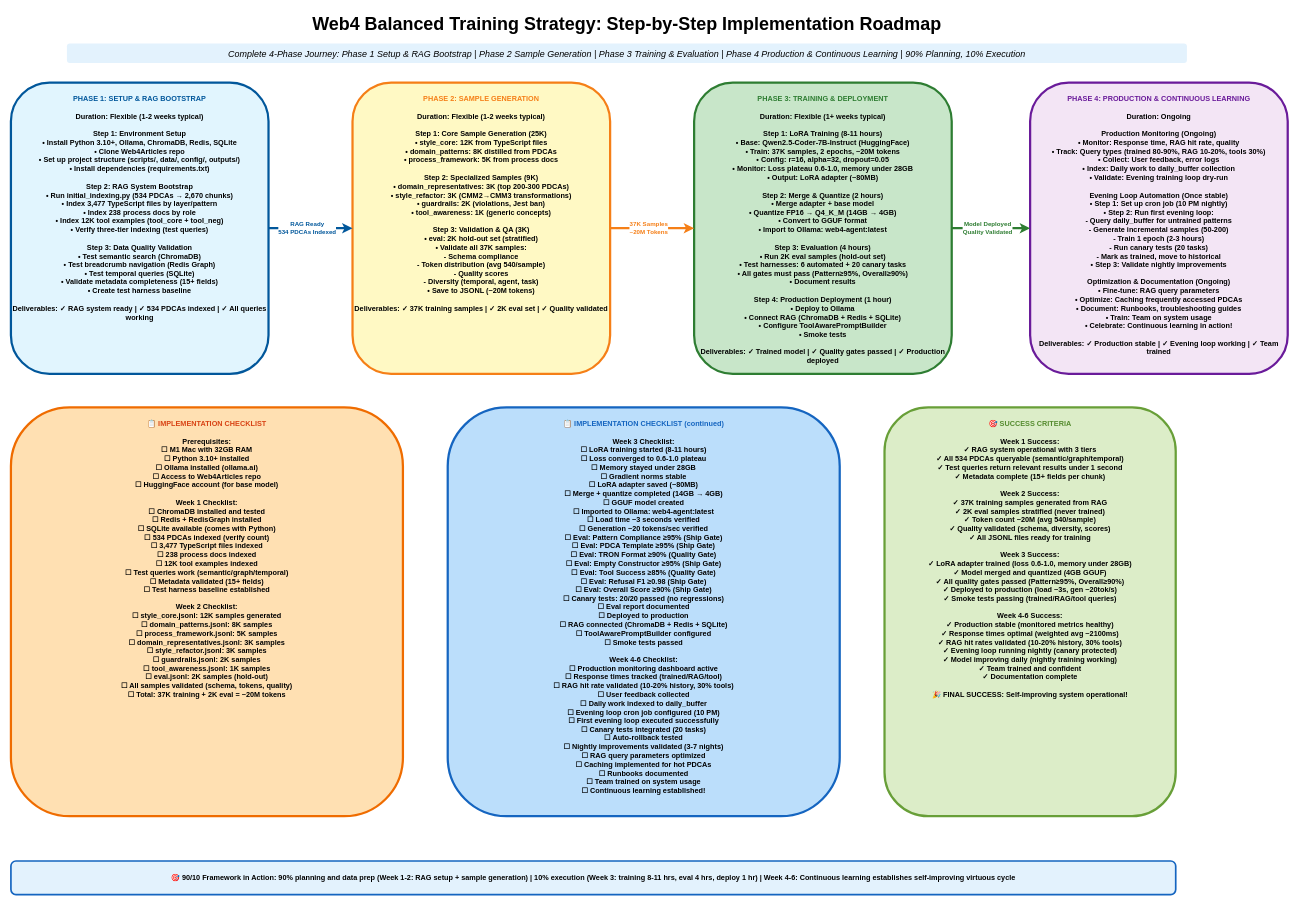
Before: page "Implementation Roadmap" (5 of 5) of Training/Web4_Balanced_Training_Architecture.drawio in hannesnortje/LLM_Training, a draw.io diagram. Source tidied: cells renumbered, new cells numbered last; positions are measured from the earlier drawing's top-left corner, leaving out a move shared by most shapes. Both pictures are drawn from the tidied source at 56%, with x=0, y=0 at pixel (11, 10).
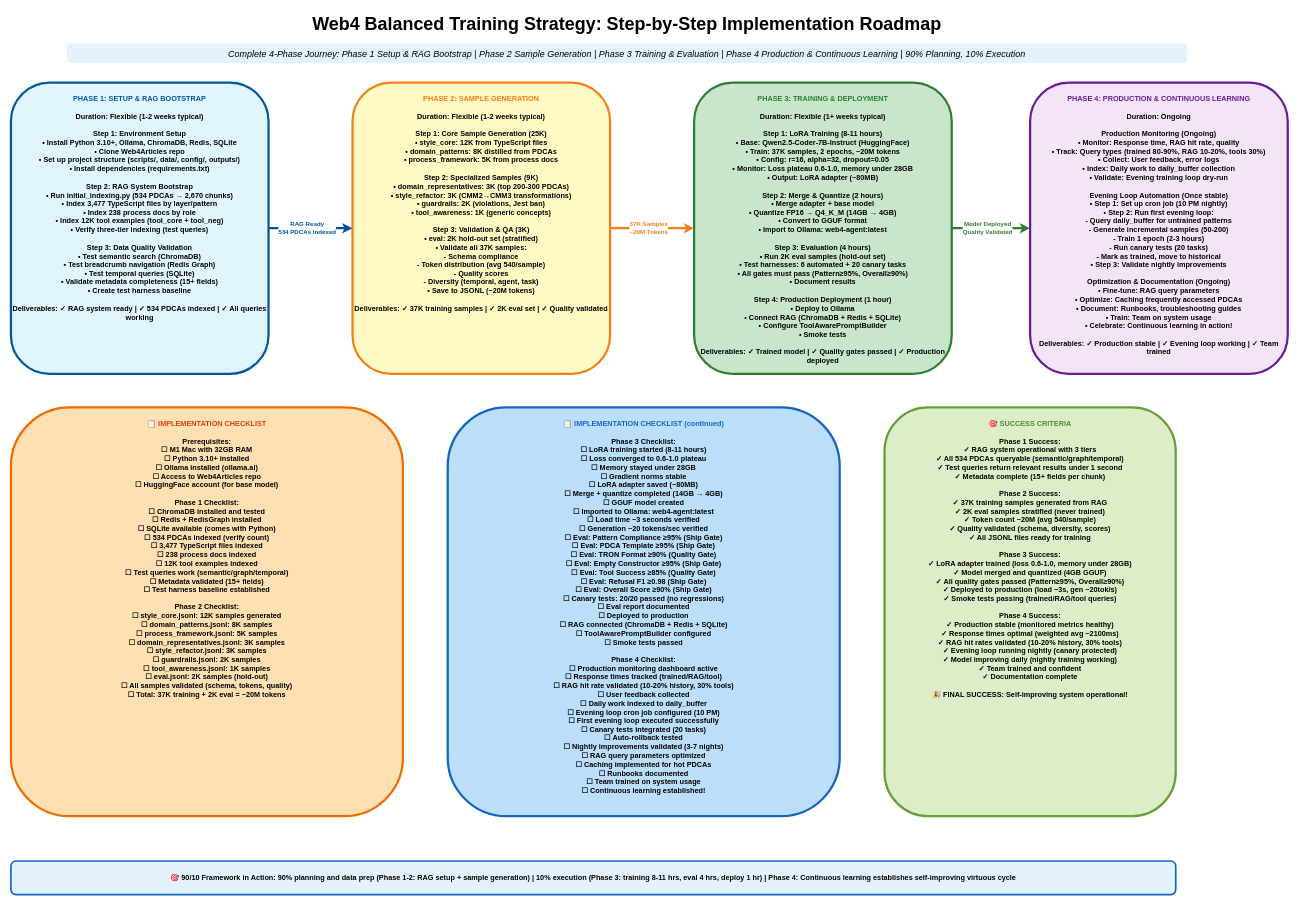
The same page after the edit.

Commit message (it also covers changes not shown here):
Final cleanup: Remove ALL remaining Week references from tooltips

Diff of the diagram source:
```diff
@@
 <mxGraphModel>
   <root>
     <mxCell id="0" />
     <mxCell id="1" parent="0" />
     <mxCell id="2" value="Web4 Balanced Training Strategy: Step-by-Step Implementation Roadmap" style="text;html=1;strokeColor=none;fillColor=none;align=center;verticalAlign=middle;whiteSpace=wrap;rounded=0;fontSize=32;fontStyle=1;" parent="1" vertex="1">
       <mxGeometry x="100" width="2000" height="50" as="geometry" />
     </mxCell>
     <mxCell id="3" value="Complete 4-Phase Journey: Phase 1 Setup &amp; RAG Bootstrap | Phase 2 Sample Generation | Phase 3 Training &amp; Evaluation | Phase 4 Production &amp; Continuous Learning | 90% Planning, 10% Execution" style="text;html=1;strokeColor=none;fillColor=#E3F2FD;align=center;verticalAlign=middle;whiteSpace=wrap;rounded=1;fontSize=16;fontStyle=2;" parent="1" vertex="1">
       <mxGeometry x="100" y="60" width="2000" height="35" as="geometry" />
     </mxCell>
     <mxCell id="4" value="&lt;font color=&quot;#01579B&quot;&gt;PHASE 1: SETUP &amp; RAG BOOTSTRAP&lt;/font&gt;&#10;&#10;Duration: Flexible (1-2 weeks typical)&#10;&#10;Step 1: Environment Setup&#10;• Install Python 3.10+, Ollama, ChromaDB, Redis, SQLite&#10;• Clone Web4Articles repo&#10;• Set up project structure (scripts/, data/, config/, outputs/)&#10;• Install dependencies (requirements.txt)&#10;&#10;Step 2: RAG System Bootstrap&#10;• Run initial_indexing.py (534 PDCAs → 2,670 chunks)&#10;• Index 3,477 TypeScript files by layer/pattern&#10;• Index 238 process docs by role&#10;• Index 12K tool examples (tool_core + tool_neg)&#10;• Verify three-tier indexing (test queries)&#10;&#10;Step 3: Data Quality Validation&#10;• Test semantic search (ChromaDB)&#10;• Test breadcrumb navigation (Redis Graph)&#10;• Test temporal queries (SQLite)&#10;• Validate metadata completeness (15+ fields)&#10;• Create test harness baseline&#10;&#10;Deliverables: ✓ RAG system ready | ✓ 534 PDCAs indexed | ✓ All queries working" style="rounded=1;whiteSpace=wrap;html=1;fillColor=#E1F5FE;strokeColor=#01579B;strokeWidth=4;fontSize=13;fontStyle=1;verticalAlign=top;spacingTop=15;" parent="1" vertex="1">
       <mxGeometry y="130" width="460" height="520" as="geometry" />
     </mxCell>
     <mxCell id="5" value="&lt;font color=&quot;#F57F17&quot;&gt;PHASE 2: SAMPLE GENERATION&lt;/font&gt;&#10;&#10;Duration: Flexible (1-2 weeks typical)&#10;&#10;Step 1: Core Sample Generation (25K)&#10;• style_core: 12K from TypeScript files&#10;• domain_patterns: 8K distilled from PDCAs&#10;• process_framework: 5K from process docs&#10;&#10;Step 2: Specialized Samples (9K)&#10;• domain_representatives: 3K (top 200-300 PDCAs)&#10;• style_refactor: 3K (CMM2→CMM3 transformations)&#10;• guardrails: 2K (violations, Jest ban)&#10;• tool_awareness: 1K (generic concepts)&#10;&#10;Step 3: Validation &amp; QA (3K)&#10;• eval: 2K hold-out set (stratified)&#10;• Validate all 37K samples:&#10;  - Schema compliance&#10;  - Token distribution (avg 540/sample)&#10;  - Quality scores&#10;  - Diversity (temporal, agent, task)&#10;• Save to JSONL (~20M tokens)&#10;&#10;Deliverables: ✓ 37K training samples | ✓ 2K eval set | ✓ Quality validated" style="rounded=1;whiteSpace=wrap;html=1;fillColor=#FFF9C4;strokeColor=#F57F17;strokeWidth=4;fontSize=13;fontStyle=1;verticalAlign=top;spacingTop=15;" parent="1" vertex="1">
       <mxGeometry x="610" y="130" width="460" height="520" as="geometry" />
     </mxCell>
     <mxCell id="6" value="&lt;font color=&quot;#2E7D32&quot;&gt;PHASE 3: TRAINING &amp; DEPLOYMENT&lt;/font&gt;&#10;&#10;Duration: Flexible (1+ weeks typical)&#10;&#10;Step 1: LoRA Training (8-11 hours)&#10;• Base: Qwen2.5-Coder-7B-Instruct (HuggingFace)&#10;• Train: 37K samples, 2 epochs, ~20M tokens&#10;• Config: r=16, alpha=32, dropout=0.05&#10;• Monitor: Loss plateau 0.6-1.0, memory under 28GB&#10;• Output: LoRA adapter (~80MB)&#10;&#10;Step 2: Merge &amp; Quantize (2 hours)&#10;• Merge adapter + base model&#10;• Quantize FP16 → Q4_K_M (14GB → 4GB)&#10;• Convert to GGUF format&#10;• Import to Ollama: web4-agent:latest&#10;&#10;Step 3: Evaluation (4 hours)&#10;• Run 2K eval samples (hold-out set)&#10;• Test harnesses: 6 automated + 20 canary tasks&#10;• All gates must pass (Pattern≥95%, Overall≥90%)&#10;• Document results&#10;&#10;Step 4: Production Deployment (1 hour)&#10;• Deploy to Ollama&#10;• Connect RAG (ChromaDB + Redis + SQLite)&#10;• Configure ToolAwarePromptBuilder&#10;• Smoke tests&#10;&#10;Deliverables: ✓ Trained model | ✓ Quality gates passed | ✓ Production deployed" style="rounded=1;whiteSpace=wrap;html=1;fillColor=#C8E6C9;strokeColor=#2E7D32;strokeWidth=4;fontSize=13;fontStyle=1;verticalAlign=top;spacingTop=15;" parent="1" vertex="1">
       <mxGeometry x="1220" y="130" width="460" height="520" as="geometry" />
     </mxCell>
     <mxCell id="7" value="&lt;font color=&quot;#6A1B9A&quot;&gt;PHASE 4: PRODUCTION &amp; CONTINUOUS LEARNING&lt;/font&gt;&#10;&#10;Duration: Ongoing&#10;&#10;Production Monitoring (Ongoing)&#10;• Monitor: Response time, RAG hit rate, quality&#10;• Track: Query types (trained 80-90%, RAG 10-20%, tools 30%)&#10;• Collect: User feedback, error logs&#10;• Index: Daily work to daily_buffer collection&#10;• Validate: Evening training loop dry-run&#10;&#10;Evening Loop Automation (Once stable)&#10;• Step 1: Set up cron job (10 PM nightly)&#10;• Step 2: Run first evening loop:&#10;  - Query daily_buffer for untrained patterns&#10;  - Generate incremental samples (50-200)&#10;  - Train 1 epoch (2-3 hours)&#10;  - Run canary tests (20 tasks)&#10;  - Mark as trained, move to historical&#10;• Step 3: Validate nightly improvements&#10;&#10;Optimization &amp; Documentation (Ongoing)&#10;• Fine-tune: RAG query parameters&#10;• Optimize: Caching frequently accessed PDCAs&#10;• Document: Runbooks, troubleshooting guides&#10;• Train: Team on system usage&#10;• Celebrate: Continuous learning in action!&#10;&#10;Deliverables: ✓ Production stable | ✓ Evening loop working | ✓ Team trained" style="rounded=1;whiteSpace=wrap;html=1;fillColor=#F3E5F5;strokeColor=#6A1B9A;strokeWidth=4;fontSize=13;fontStyle=1;verticalAlign=top;spacingTop=15;" parent="1" vertex="1">
       <mxGeometry x="1820" y="130" width="460" height="520" as="geometry" />
     </mxCell>
     <mxCell id="8" style="endArrow=classic;html=1;rounded=0;strokeWidth=4;strokeColor=#01579B;exitX=1;exitY=0.5;exitDx=0;exitDy=0;entryX=0;entryY=0.5;entryDx=0;entryDy=0;" parent="1" edge="1" source="4" target="5">
       <mxGeometry relative="1" as="geometry" />
     </mxCell>
     <mxCell id="9" value="RAG Ready&#10;534 PDCAs Indexed" style="edgeLabel;html=1;align=center;verticalAlign=middle;fontSize=11;fontStyle=1;fontColor=#01579B;fillColor=#E1F5FE;strokeColor=#0288D1;rounded=1;" parent="8" vertex="1">
       <mxGeometry x="-0.1" y="1" relative="1" as="geometry" />
     </mxCell>
     <mxCell id="10" style="endArrow=classic;html=1;rounded=0;strokeWidth=4;strokeColor=#F57F17;exitX=1;exitY=0.5;exitDx=0;exitDy=0;entryX=0;entryY=0.5;entryDx=0;entryDy=0;" parent="1" edge="1" source="5" target="6">
       <mxGeometry relative="1" as="geometry" />
     </mxCell>
     <mxCell id="11" value="37K Samples&#10;~20M Tokens" style="edgeLabel;html=1;align=center;verticalAlign=middle;fontSize=11;fontStyle=1;fontColor=#F57F17;fillColor=#FFF9C4;strokeColor=#F9A825;rounded=1;" parent="10" vertex="1">
       <mxGeometry x="-0.1" y="1" relative="1" as="geometry" />
     </mxCell>
     <mxCell id="12" style="endArrow=classic;html=1;rounded=0;strokeWidth=4;strokeColor=#2E7D32;exitX=1;exitY=0.5;exitDx=0;exitDy=0;entryX=0;entryY=0.5;entryDx=0;entryDy=0;" parent="1" edge="1" source="6" target="7">
       <mxGeometry relative="1" as="geometry" />
     </mxCell>
     <mxCell id="13" value="Model Deployed&#10;Quality Validated" style="edgeLabel;html=1;align=center;verticalAlign=middle;fontSize=11;fontStyle=1;fontColor=#2E7D32;fillColor=#C8E6C9;strokeColor=#43A047;rounded=1;" parent="12" vertex="1">
       <mxGeometry x="-0.1" y="1" relative="1" as="geometry" />
     </mxCell>
-    <mxCell id="14" value="&lt;font color=&quot;#D84315&quot;&gt;📋 IMPLEMENTATION CHECKLIST&lt;/font&gt;&#10;&#10;Prerequisites:&#10;☐ M1 Mac with 32GB RAM&#10;☐ Python 3.10+ installed&#10;☐ Ollama installed (ollama.ai)&#10;☐ Access to Web4Articles repo&#10;☐ HuggingFace account (for base model)&#10;&#10;Week 1 Checklist:&#10;☐ ChromaDB installed and tested&#10;☐ Redis + RedisGraph installed&#10;☐ SQLite available (comes with Python)&#10;☐ 534 PDCAs indexed (verify count)&#10;☐ 3,477 TypeScript files indexed&#10;☐ 238 process docs indexed&#10;☐ 12K tool examples indexed&#10;☐ Test queries work (semantic/graph/temporal)&#10;☐ Metadata validated (15+ fields)&#10;☐ Test harness baseline established&#10;&#10;Week 2 Checklist:&#10;☐ style_core.jsonl: 12K samples generated&#10;☐ domain_patterns.jsonl: 8K samples&#10;☐ process_framework.jsonl: 5K samples&#10;☐ domain_representatives.jsonl: 3K samples&#10;☐ style_refactor.jsonl: 3K samples&#10;☐ guardrails.jsonl: 2K samples&#10;☐ tool_awareness.jsonl: 1K samples&#10;☐ eval.jsonl: 2K samples (hold-out)&#10;☐ All samples validated (schema, tokens, quality)&#10;☐ Total: 37K training + 2K eval = ~20M tokens" style="rounded=1;whiteSpace=wrap;html=1;fillColor=#FFE0B2;strokeColor=#EF6C00;strokeWidth=4;fontSize=13;fontStyle=1;verticalAlign=top;spacingTop=15;" parent="1" vertex="1">
+    <mxCell id="14" value="&lt;font color=&quot;#D84315&quot;&gt;📋 IMPLEMENTATION CHECKLIST&lt;/font&gt;&#10;&#10;Prerequisites:&#10;☐ M1 Mac with 32GB RAM&#10;☐ Python 3.10+ installed&#10;☐ Ollama installed (ollama.ai)&#10;☐ Access to Web4Articles repo&#10;☐ HuggingFace account (for base model)&#10;&#10;Phase 1 Checklist:&#10;☐ ChromaDB installed and tested&#10;☐ Redis + RedisGraph installed&#10;☐ SQLite available (comes with Python)&#10;☐ 534 PDCAs indexed (verify count)&#10;☐ 3,477 TypeScript files indexed&#10;☐ 238 process docs indexed&#10;☐ 12K tool examples indexed&#10;☐ Test queries work (semantic/graph/temporal)&#10;☐ Metadata validated (15+ fields)&#10;☐ Test harness baseline established&#10;&#10;Phase 2 Checklist:&#10;☐ style_core.jsonl: 12K samples generated&#10;☐ domain_patterns.jsonl: 8K samples&#10;☐ process_framework.jsonl: 5K samples&#10;☐ domain_representatives.jsonl: 3K samples&#10;☐ style_refactor.jsonl: 3K samples&#10;☐ guardrails.jsonl: 2K samples&#10;☐ tool_awareness.jsonl: 1K samples&#10;☐ eval.jsonl: 2K samples (hold-out)&#10;☐ All samples validated (schema, tokens, quality)&#10;☐ Total: 37K training + 2K eval = ~20M tokens" style="rounded=1;whiteSpace=wrap;html=1;fillColor=#FFE0B2;strokeColor=#EF6C00;strokeWidth=4;fontSize=13;fontStyle=1;verticalAlign=top;spacingTop=15;" parent="1" vertex="1">
       <mxGeometry y="710" width="700" height="730" as="geometry" />
     </mxCell>
-    <mxCell id="15" value="&lt;font color=&quot;#1565C0&quot;&gt;📋 IMPLEMENTATION CHECKLIST (continued)&lt;/font&gt;&#10;&#10;Week 3 Checklist:&#10;☐ LoRA training started (8-11 hours)&#10;☐ Loss converged to 0.6-1.0 plateau&#10;☐ Memory stayed under 28GB&#10;☐ Gradient norms stable&#10;☐ LoRA adapter saved (~80MB)&#10;☐ Merge + quantize completed (14GB → 4GB)&#10;☐ GGUF model created&#10;☐ Imported to Ollama: web4-agent:latest&#10;☐ Load time ~3 seconds verified&#10;☐ Generation ~20 tokens/sec verified&#10;☐ Eval: Pattern Compliance ≥95% (Ship Gate)&#10;☐ Eval: PDCA Template ≥95% (Ship Gate)&#10;☐ Eval: TRON Format ≥90% (Quality Gate)&#10;☐ Eval: Empty Constructor ≥95% (Ship Gate)&#10;☐ Eval: Tool Success ≥85% (Quality Gate)&#10;☐ Eval: Refusal F1 ≥0.98 (Ship Gate)&#10;☐ Eval: Overall Score ≥90% (Ship Gate)&#10;☐ Canary tests: 20/20 passed (no regressions)&#10;☐ Eval report documented&#10;☐ Deployed to production&#10;☐ RAG connected (ChromaDB + Redis + SQLite)&#10;☐ ToolAwarePromptBuilder configured&#10;☐ Smoke tests passed&#10;&#10;Week 4-6 Checklist:&#10;☐ Production monitoring dashboard active&#10;☐ Response times tracked (trained/RAG/tool)&#10;☐ RAG hit rate validated (10-20% history, 30% tools)&#10;☐ User feedback collected&#10;☐ Daily work indexed to daily_buffer&#10;☐ Evening loop cron job configured (10 PM)&#10;☐ First evening loop executed successfully&#10;☐ Canary tests integrated (20 tasks)&#10;☐ Auto-rollback tested&#10;☐ Nightly improvements validated (3-7 nights)&#10;☐ RAG query parameters optimized&#10;☐ Caching implemented for hot PDCAs&#10;☐ Runbooks documented&#10;☐ Team trained on system usage&#10;☐ Continuous learning established!" style="rounded=1;whiteSpace=wrap;html=1;fillColor=#BBDEFB;strokeColor=#1565C0;strokeWidth=4;fontSize=13;fontStyle=1;verticalAlign=top;spacingTop=15;" parent="1" vertex="1">
+    <mxCell id="15" value="&lt;font color=&quot;#1565C0&quot;&gt;📋 IMPLEMENTATION CHECKLIST (continued)&lt;/font&gt;&#10;&#10;Phase 3 Checklist:&#10;☐ LoRA training started (8-11 hours)&#10;☐ Loss converged to 0.6-1.0 plateau&#10;☐ Memory stayed under 28GB&#10;☐ Gradient norms stable&#10;☐ LoRA adapter saved (~80MB)&#10;☐ Merge + quantize completed (14GB → 4GB)&#10;☐ GGUF model created&#10;☐ Imported to Ollama: web4-agent:latest&#10;☐ Load time ~3 seconds verified&#10;☐ Generation ~20 tokens/sec verified&#10;☐ Eval: Pattern Compliance ≥95% (Ship Gate)&#10;☐ Eval: PDCA Template ≥95% (Ship Gate)&#10;☐ Eval: TRON Format ≥90% (Quality Gate)&#10;☐ Eval: Empty Constructor ≥95% (Ship Gate)&#10;☐ Eval: Tool Success ≥85% (Quality Gate)&#10;☐ Eval: Refusal F1 ≥0.98 (Ship Gate)&#10;☐ Eval: Overall Score ≥90% (Ship Gate)&#10;☐ Canary tests: 20/20 passed (no regressions)&#10;☐ Eval report documented&#10;☐ Deployed to production&#10;☐ RAG connected (ChromaDB + Redis + SQLite)&#10;☐ ToolAwarePromptBuilder configured&#10;☐ Smoke tests passed&#10;&#10;Phase 4 Checklist:&#10;☐ Production monitoring dashboard active&#10;☐ Response times tracked (trained/RAG/tool)&#10;☐ RAG hit rate validated (10-20% history, 30% tools)&#10;☐ User feedback collected&#10;☐ Daily work indexed to daily_buffer&#10;☐ Evening loop cron job configured (10 PM)&#10;☐ First evening loop executed successfully&#10;☐ Canary tests integrated (20 tasks)&#10;☐ Auto-rollback tested&#10;☐ Nightly improvements validated (3-7 nights)&#10;☐ RAG query parameters optimized&#10;☐ Caching implemented for hot PDCAs&#10;☐ Runbooks documented&#10;☐ Team trained on system usage&#10;☐ Continuous learning established!" style="rounded=1;whiteSpace=wrap;html=1;fillColor=#BBDEFB;strokeColor=#1565C0;strokeWidth=4;fontSize=13;fontStyle=1;verticalAlign=top;spacingTop=15;" parent="1" vertex="1">
       <mxGeometry x="780" y="710" width="700" height="730" as="geometry" />
     </mxCell>
-    <mxCell id="16" value="&lt;font color=&quot;#558B2F&quot;&gt;🎯 SUCCESS CRITERIA&lt;/font&gt;&#10;&#10;Week 1 Success:&#10;✓ RAG system operational with 3 tiers&#10;✓ All 534 PDCAs queryable (semantic/graph/temporal)&#10;✓ Test queries return relevant results under 1 second&#10;✓ Metadata complete (15+ fields per chunk)&#10;&#10;Week 2 Success:&#10;✓ 37K training samples generated from RAG&#10;✓ 2K eval samples stratified (never trained)&#10;✓ Token count ~20M (avg 540/sample)&#10;✓ Quality validated (schema, diversity, scores)&#10;✓ All JSONL files ready for training&#10;&#10;Week 3 Success:&#10;✓ LoRA adapter trained (loss 0.6-1.0, memory under 28GB)&#10;✓ Model merged and quantized (4GB GGUF)&#10;✓ All quality gates passed (Pattern≥95%, Overall≥90%)&#10;✓ Deployed to production (load ~3s, gen ~20tok/s)&#10;✓ Smoke tests passing (trained/RAG/tool queries)&#10;&#10;Week 4-6 Success:&#10;✓ Production stable (monitored metrics healthy)&#10;✓ Response times optimal (weighted avg ~2100ms)&#10;✓ RAG hit rates validated (10-20% history, 30% tools)&#10;✓ Evening loop running nightly (canary protected)&#10;✓ Model improving daily (nightly training working)&#10;✓ Team trained and confident&#10;✓ Documentation complete&#10;&#10;🎉 FINAL SUCCESS: Self-improving system operational!" style="rounded=1;whiteSpace=wrap;html=1;fillColor=#DCEDC8;strokeColor=#689F38;strokeWidth=4;fontSize=13;fontStyle=1;verticalAlign=top;spacingTop=15;" parent="1" vertex="1">
+    <mxCell id="16" value="&lt;font color=&quot;#558B2F&quot;&gt;🎯 SUCCESS CRITERIA&lt;/font&gt;&#10;&#10;Phase 1 Success:&#10;✓ RAG system operational with 3 tiers&#10;✓ All 534 PDCAs queryable (semantic/graph/temporal)&#10;✓ Test queries return relevant results under 1 second&#10;✓ Metadata complete (15+ fields per chunk)&#10;&#10;Phase 2 Success:&#10;✓ 37K training samples generated from RAG&#10;✓ 2K eval samples stratified (never trained)&#10;✓ Token count ~20M (avg 540/sample)&#10;✓ Quality validated (schema, diversity, scores)&#10;✓ All JSONL files ready for training&#10;&#10;Phase 3 Success:&#10;✓ LoRA adapter trained (loss 0.6-1.0, memory under 28GB)&#10;✓ Model merged and quantized (4GB GGUF)&#10;✓ All quality gates passed (Pattern≥95%, Overall≥90%)&#10;✓ Deployed to production (load ~3s, gen ~20tok/s)&#10;✓ Smoke tests passing (trained/RAG/tool queries)&#10;&#10;Phase 4 Success:&#10;✓ Production stable (monitored metrics healthy)&#10;✓ Response times optimal (weighted avg ~2100ms)&#10;✓ RAG hit rates validated (10-20% history, 30% tools)&#10;✓ Evening loop running nightly (canary protected)&#10;✓ Model improving daily (nightly training working)&#10;✓ Team trained and confident&#10;✓ Documentation complete&#10;&#10;🎉 FINAL SUCCESS: Self-improving system operational!" style="rounded=1;whiteSpace=wrap;html=1;fillColor=#DCEDC8;strokeColor=#689F38;strokeWidth=4;fontSize=13;fontStyle=1;verticalAlign=top;spacingTop=15;" parent="1" vertex="1">
       <mxGeometry x="1560" y="710" width="520" height="730" as="geometry" />
     </mxCell>
-    <mxCell id="17" value="🎯 90/10 Framework in Action: 90% planning and data prep (Week 1-2: RAG setup + sample generation) | 10% execution (Week 3: training 8-11 hrs, eval 4 hrs, deploy 1 hr) | Week 4-6: Continuous learning establishes self-improving virtuous cycle" style="rounded=1;whiteSpace=wrap;html=1;fillColor=#E3F2FD;strokeColor=#1565C0;strokeWidth=3;align=center;verticalAlign=middle;fontSize=13;fontStyle=1;" parent="1" vertex="1">
+    <mxCell id="17" value="🎯 90/10 Framework in Action: 90% planning and data prep (Phase 1-2: RAG setup + sample generation) | 10% execution (Phase 3: training 8-11 hrs, eval 4 hrs, deploy 1 hr) | Phase 4: Continuous learning establishes self-improving virtuous cycle" style="rounded=1;whiteSpace=wrap;html=1;fillColor=#E3F2FD;strokeColor=#1565C0;strokeWidth=3;align=center;verticalAlign=middle;fontSize=13;fontStyle=1;" parent="1" vertex="1">
       <mxGeometry y="1520" width="2080" height="60" as="geometry" />
     </mxCell>
   </root>
 </mxGraphModel>
```
